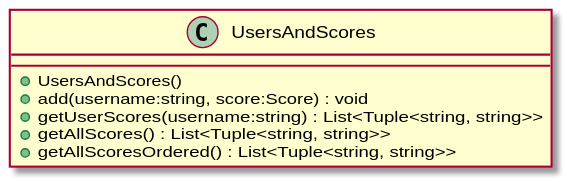
This is UML/Database/UsersAndScores.svg from David-Denny/COMP3013-Team7, a PlantUML export, as it was before one commit. Source of this version:
```plantuml
@startuml
class UsersAndScores {
    + UsersAndScores()
    + add(username:string, score:Score) : void
    + getUserScores(username:string) : List<Tuple<string, string>>
    + getAllScores() : List<Tuple<string, string>>
    + getAllScoresOrdered() : List<Tuple<string, string>>
}
@enduml
```
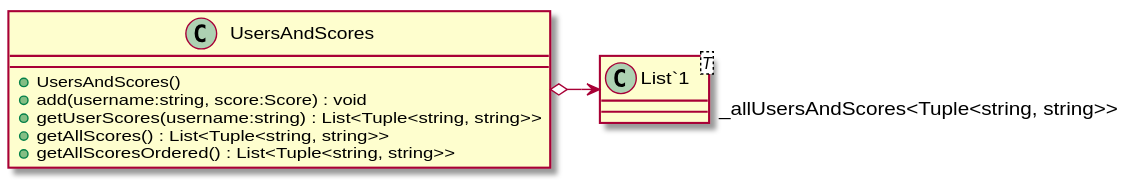
The same file after the commit.

Diff of the diagram source:
```diff
@@ -6,4 +6,7 @@
     + getAllScores() : List<Tuple<string, string>>
     + getAllScoresOrdered() : List<Tuple<string, string>>
 }
+class "List`1"<T> {
+}
+UsersAndScores o-> "_allUsersAndScores<Tuple<string, string>>" "List`1"
 @enduml
```
